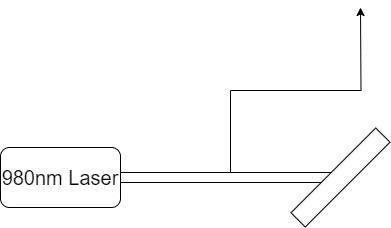
This is Untitled Diagram.drawio.png from VulcanZ/Research-Diagrams, a draw.io export, as it was before one commit. Source tidied: cells renumbered, new cells last; positions are measured from the earlier drawing's top-left corner, leaving out a move shared by most shapes.
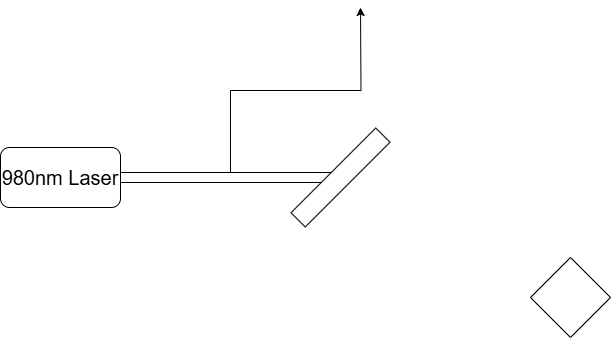
The same file after the commit.

Diff of the diagram source:
```diff
@@ -16,5 +16,8 @@
     <mxCell id="5" style="rounded=0;whiteSpace=wrap;html=1;rotation=-45;" parent="1" vertex="1">
       <mxGeometry x="280" y="160" width="120" height="20" as="geometry" />
     </mxCell>
+    <mxCell id="6" style="rhombus;whiteSpace=wrap;html=1;" parent="1" vertex="1">
+      <mxGeometry x="530" y="250" width="80" height="80" as="geometry" />
+    </mxCell>
   </root>
 </mxGraphModel>
```
